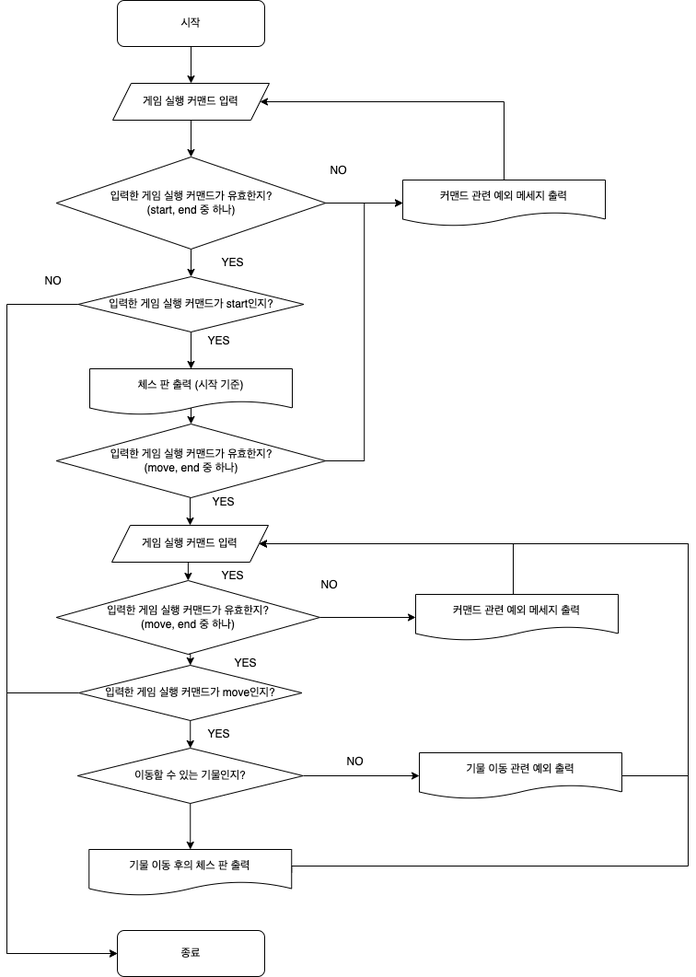
Before: docs/chess.drawio.png, a diagram exported from draw.io (woowacourse/java-chess). Source tidied: cells renumbered, new cells last; positions are measured from the earlier drawing's top-left corner, leaving out a move shared by most shapes.
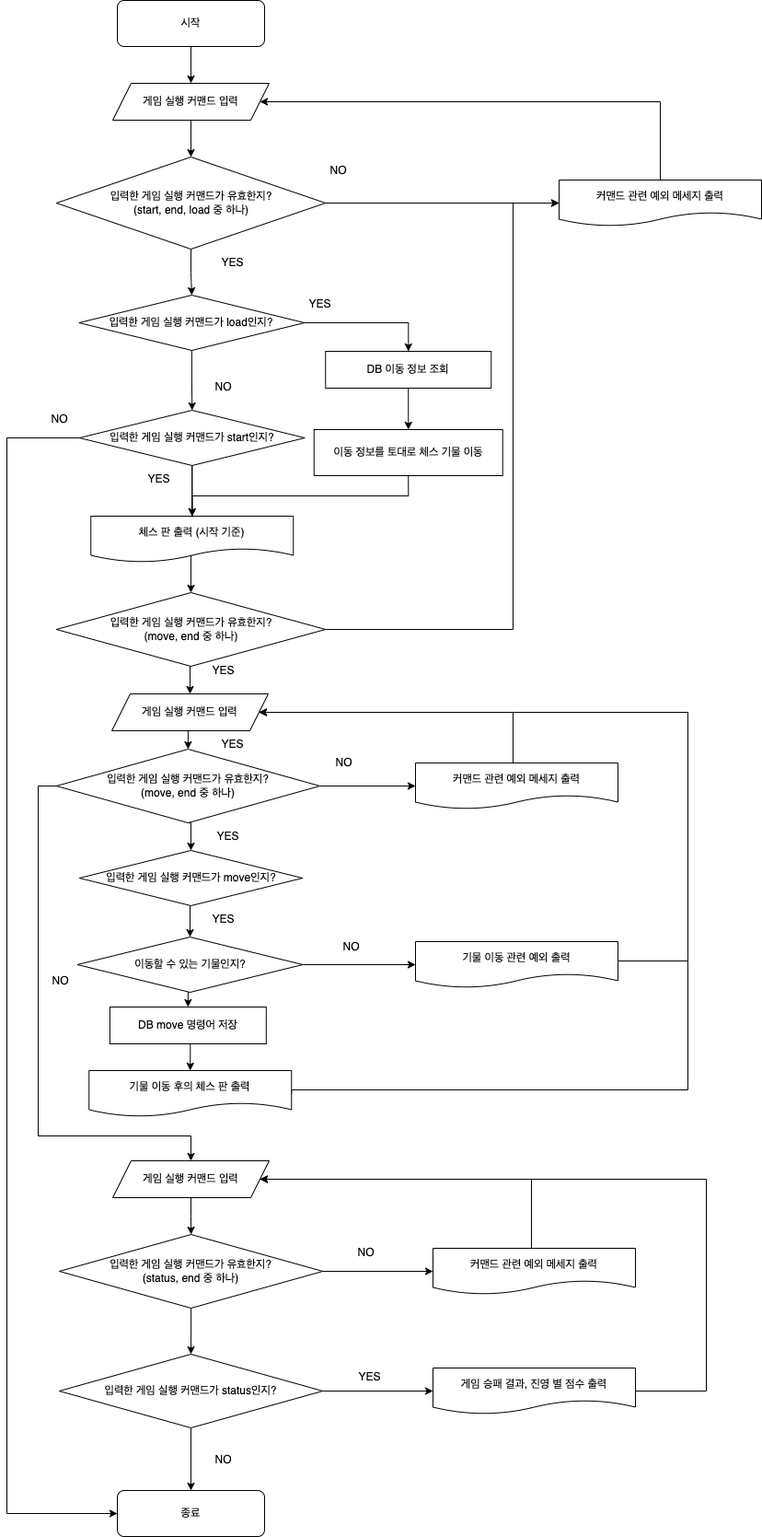
Above is the later version.

The edit, as a diff of the source:
```diff
@@ -17,10 +17,10 @@
     <mxCell id="6" style="edgeStyle=orthogonalEdgeStyle;rounded=0;jettySize=auto;html=1;exitX=1;exitY=0.5;exitDx=0;exitDy=0;entryX=0;entryY=0.5;entryDx=0;entryDy=0;" parent="1" edge="1" source="8" target="26">
       <mxGeometry relative="1" as="geometry" />
     </mxCell>
-    <mxCell id="7" style="edgeStyle=orthogonalEdgeStyle;rounded=0;jettySize=auto;html=1;exitX=0.5;exitY=1;exitDx=0;exitDy=0;entryX=0.5;entryY=0;entryDx=0;entryDy=0;" parent="1" edge="1" source="8" target="12">
-      <mxGeometry relative="1" as="geometry" />
-    </mxCell>
+    <mxCell id="47" style="edgeStyle=orthogonalEdgeStyle;rounded=0;jettySize=auto;html=1;exitX=0.5;exitY=1;exitDx=0;exitDy=0;entryX=0.5;entryY=0;entryDx=0;entryDy=0;" parent="1" edge="1" source="8" target="70">
+      <mxGeometry relative="1" as="geometry" />
+    </mxCell>
-    <mxCell id="8" value="입력한 게임 실행 커맨드가 유효한지?&lt;br&gt;(start, end 중 하나)" style="rhombus;whiteSpace=wrap;html=1;" parent="1" vertex="1">
+    <mxCell id="8" value="입력한 게임 실행 커맨드가 유효한지?&lt;br&gt;(start, end, load 중 하나)" style="rhombus;whiteSpace=wrap;html=1;" parent="1" vertex="1">
       <mxGeometry x="53.8" y="170" width="292.5" height="100" as="geometry" />
     </mxCell>
     <mxCell id="9" style="edgeStyle=orthogonalEdgeStyle;rounded=0;jettySize=auto;html=1;exitX=0.5;exitY=1;exitDx=0;exitDy=0;entryX=0.5;entryY=0;entryDx=0;entryDy=0;" parent="1" edge="1" source="12" target="34">
@@ -32,114 +32,112 @@
     <mxCell id="11" style="edgeStyle=orthogonalEdgeStyle;rounded=0;jettySize=auto;html=1;exitX=0;exitY=0.5;exitDx=0;exitDy=0;entryX=0;entryY=0.5;entryDx=0;entryDy=0;" parent="1" edge="1" source="12" target="13">
       <mxGeometry relative="1" as="geometry">
         <Array as="points">
-          <mxPoint y="330" />
-          <mxPoint y="1035" />
+          <mxPoint y="475" />
+          <mxPoint y="1643" />
         </Array>
       </mxGeometry>
     </mxCell>
     <mxCell id="12" value="입력한 게임 실행 커맨드가 start인지?" style="rhombus;whiteSpace=wrap;html=1;" parent="1" vertex="1">
-      <mxGeometry x="77.5" y="300" width="245" height="60" as="geometry" />
+      <mxGeometry x="78.8" y="445" width="245" height="60" as="geometry" />
     </mxCell>
     <mxCell id="13" value="종료" style="rounded=1;whiteSpace=wrap;html=1;" parent="1" vertex="1">
-      <mxGeometry x="120" y="1010" width="160" height="50" as="geometry" />
+      <mxGeometry x="120" y="1618" width="160" height="50" as="geometry" />
     </mxCell>
     <mxCell id="14" style="edgeStyle=orthogonalEdgeStyle;rounded=0;jettySize=auto;html=1;exitX=0.5;exitY=1;exitDx=0;exitDy=0;entryX=0.5;entryY=0;entryDx=0;entryDy=0;" parent="1" edge="1" source="16" target="39">
       <mxGeometry relative="1" as="geometry" />
     </mxCell>
     <mxCell id="15" style="edgeStyle=orthogonalEdgeStyle;rounded=0;jettySize=auto;html=1;exitX=1;exitY=0.5;exitDx=0;exitDy=0;entryX=0;entryY=0.5;entryDx=0;entryDy=0;" parent="1" edge="1" source="16" target="26">
-      <mxGeometry relative="1" as="geometry" />
+      <mxGeometry relative="1" as="geometry">
+        <Array as="points">
+          <mxPoint x="550" y="683" />
+          <mxPoint x="550" y="220" />
+        </Array>
+      </mxGeometry>
     </mxCell>
     <mxCell id="16" value="입력한 게임 실행 커맨드가 유효한지?&lt;br&gt;(move, end 중 하나)" style="rhombus;whiteSpace=wrap;html=1;" parent="1" vertex="1">
-      <mxGeometry x="53.8" y="460" width="292.5" height="80" as="geometry" />
+      <mxGeometry x="53.8" y="643" width="292.5" height="80" as="geometry" />
     </mxCell>
     <mxCell id="17" style="edgeStyle=orthogonalEdgeStyle;rounded=0;jettySize=auto;html=1;exitX=0.5;exitY=1;exitDx=0;exitDy=0;entryX=0.5;entryY=0;entryDx=0;entryDy=0;" parent="1" edge="1" source="19" target="24">
       <mxGeometry relative="1" as="geometry" />
     </mxCell>
-    <mxCell id="18" style="edgeStyle=orthogonalEdgeStyle;rounded=0;jettySize=auto;html=1;exitX=0;exitY=0.5;exitDx=0;exitDy=0;entryX=0;entryY=0.5;entryDx=0;entryDy=0;" parent="1" edge="1" source="19" target="13">
-      <mxGeometry relative="1" as="geometry">
-        <Array as="points">
-          <mxPoint y="752" />
-          <mxPoint y="1035" />
-        </Array>
-      </mxGeometry>
-    </mxCell>
     <mxCell id="19" value="입력한 게임 실행 커맨드가 move인지?" style="rhombus;whiteSpace=wrap;html=1;" parent="1" vertex="1">
-      <mxGeometry x="78" y="722" width="242.5" height="60" as="geometry" />
+      <mxGeometry x="78.8" y="923" width="242.5" height="60" as="geometry" />
     </mxCell>
     <mxCell id="20" style="edgeStyle=orthogonalEdgeStyle;rounded=0;jettySize=auto;html=1;exitX=1;exitY=0.5;exitDx=0;exitDy=0;entryX=1;entryY=0.5;entryDx=0;entryDy=0;" parent="1" edge="1" source="21" target="39">
       <mxGeometry relative="1" as="geometry">
         <Array as="points">
-          <mxPoint x="309" y="940" />
-          <mxPoint x="740" y="940" />
-          <mxPoint x="740" y="590" />
+          <mxPoint x="309" y="1183" />
+          <mxPoint x="740" y="1183" />
+          <mxPoint x="740" y="773" />
         </Array>
       </mxGeometry>
     </mxCell>
     <mxCell id="21" value="기물 이동 후의 체스 판 출력" style="shape=document;whiteSpace=wrap;html=1;boundedLbl=1;" parent="1" vertex="1">
-      <mxGeometry x="89.2" y="922" width="220" height="50" as="geometry" />
+      <mxGeometry x="89.2" y="1162" width="220" height="50" as="geometry" />
     </mxCell>
     <mxCell id="22" style="edgeStyle=orthogonalEdgeStyle;rounded=0;jettySize=auto;html=1;exitX=1;exitY=0.5;exitDx=0;exitDy=0;entryX=0;entryY=0.5;entryDx=0;entryDy=0;" parent="1" edge="1" source="24" target="29">
       <mxGeometry relative="1" as="geometry" />
     </mxCell>
-    <mxCell id="23" style="edgeStyle=orthogonalEdgeStyle;rounded=0;jettySize=auto;html=1;exitX=0.5;exitY=1;exitDx=0;exitDy=0;entryX=0.5;entryY=0;entryDx=0;entryDy=0;" parent="1" edge="1" source="24" target="21">
-      <mxGeometry relative="1" as="geometry" />
-    </mxCell>
+    <mxCell id="48" style="edgeStyle=orthogonalEdgeStyle;rounded=0;jettySize=auto;html=1;exitX=0.5;exitY=1;exitDx=0;exitDy=0;entryX=0.5;entryY=0;entryDx=0;entryDy=0;" parent="1" edge="1" source="24" target="67">
+      <mxGeometry relative="1" as="geometry" />
+    </mxCell>
     <mxCell id="24" value="이동할 수 있는 기물인지?" style="rhombus;whiteSpace=wrap;html=1;" parent="1" vertex="1">
-      <mxGeometry x="76.8" y="812" width="245" height="60" as="geometry" />
+      <mxGeometry x="76.5" y="1017" width="245" height="60" as="geometry" />
     </mxCell>
     <mxCell id="25" style="edgeStyle=orthogonalEdgeStyle;rounded=0;jettySize=auto;html=1;exitX=0.5;exitY=0;exitDx=0;exitDy=0;entryX=1;entryY=0.5;entryDx=0;entryDy=0;" parent="1" edge="1" source="26" target="5">
       <mxGeometry relative="1" as="geometry">
         <Array as="points">
-          <mxPoint x="540" y="110" />
+          <mxPoint x="710" y="110" />
         </Array>
       </mxGeometry>
     </mxCell>
     <mxCell id="26" value="커맨드 관련 예외 메세지 출력" style="shape=document;whiteSpace=wrap;html=1;boundedLbl=1;" parent="1" vertex="1">
-      <mxGeometry x="430" y="195" width="220" height="50" as="geometry" />
+      <mxGeometry x="600" y="195" width="220" height="50" as="geometry" />
     </mxCell>
     <mxCell id="27" value="YES" style="text;html=1;align=center;verticalAlign=middle;strokeColor=none;fillColor=none;" parent="1" vertex="1">
-      <mxGeometry x="210" y="530" width="50" height="30" as="geometry" />
+      <mxGeometry x="210" y="713" width="50" height="30" as="geometry" />
     </mxCell>
     <mxCell id="28" style="edgeStyle=orthogonalEdgeStyle;rounded=0;jettySize=auto;html=1;exitX=1;exitY=0.5;exitDx=0;exitDy=0;entryX=1;entryY=0.5;entryDx=0;entryDy=0;" parent="1" edge="1" source="29" target="39">
       <mxGeometry relative="1" as="geometry">
         <Array as="points">
-          <mxPoint x="740" y="842" />
-          <mxPoint x="740" y="590" />
+          <mxPoint x="664" y="1043" />
+          <mxPoint x="740" y="1043" />
+          <mxPoint x="740" y="773" />
         </Array>
       </mxGeometry>
     </mxCell>
     <mxCell id="29" value="기물 이동 관련 예외 출력" style="shape=document;whiteSpace=wrap;html=1;boundedLbl=1;" parent="1" vertex="1">
-      <mxGeometry x="448" y="817" width="220" height="50" as="geometry" />
+      <mxGeometry x="444" y="1022" width="220" height="50" as="geometry" />
     </mxCell>
     <mxCell id="30" value="NO" style="text;html=1;align=center;verticalAlign=middle;strokeColor=none;fillColor=none;" parent="1" vertex="1">
       <mxGeometry x="340" y="170" width="40" height="30" as="geometry" />
     </mxCell>
     <mxCell id="31" value="NO" style="text;html=1;align=center;verticalAlign=middle;strokeColor=none;fillColor=none;" parent="1" vertex="1">
-      <mxGeometry x="30" y="290" width="40" height="30" as="geometry" />
+      <mxGeometry x="36.5" y="440" width="40" height="30" as="geometry" />
     </mxCell>
     <mxCell id="32" value="YES" style="text;html=1;align=center;verticalAlign=middle;strokeColor=none;fillColor=none;" parent="1" vertex="1">
       <mxGeometry x="220" y="270" width="50" height="30" as="geometry" />
     </mxCell>
     <mxCell id="33" value="YES" style="text;html=1;align=center;verticalAlign=middle;strokeColor=none;fillColor=none;" parent="1" vertex="1">
-      <mxGeometry x="205" y="355" width="50" height="30" as="geometry" />
+      <mxGeometry x="140" y="505" width="50" height="30" as="geometry" />
     </mxCell>
     <mxCell id="34" value="체스 판 출력 (시작 기준)" style="shape=document;whiteSpace=wrap;html=1;boundedLbl=1;" parent="1" vertex="1">
-      <mxGeometry x="90" y="400" width="220" height="50" as="geometry" />
+      <mxGeometry x="91.2" y="560" width="220" height="50" as="geometry" />
     </mxCell>
     <mxCell id="35" value="YES" style="text;html=1;align=center;verticalAlign=middle;strokeColor=none;fillColor=none;" parent="1" vertex="1">
-      <mxGeometry x="205" y="782" width="50" height="30" as="geometry" />
+      <mxGeometry x="210" y="983" width="50" height="30" as="geometry" />
     </mxCell>
     <mxCell id="36" value="NO" style="text;html=1;align=center;verticalAlign=middle;strokeColor=none;fillColor=none;" parent="1" vertex="1">
-      <mxGeometry x="330" y="620" width="40" height="30" as="geometry" />
+      <mxGeometry x="346.2" y="813" width="40" height="30" as="geometry" />
     </mxCell>
     <mxCell id="37" value="NO" style="text;html=1;align=center;verticalAlign=middle;strokeColor=none;fillColor=none;" parent="1" vertex="1">
-      <mxGeometry x="358" y="812" width="40" height="30" as="geometry" />
+      <mxGeometry x="354" y="1013" width="40" height="30" as="geometry" />
     </mxCell>
     <mxCell id="38" style="edgeStyle=orthogonalEdgeStyle;rounded=0;jettySize=auto;html=1;exitX=0.5;exitY=1;exitDx=0;exitDy=0;entryX=0.5;entryY=0;entryDx=0;entryDy=0;" parent="1" edge="1" source="39" target="42">
       <mxGeometry relative="1" as="geometry" />
     </mxCell>
     <mxCell id="39" value="게임 실행 커맨드 입력" style="shape=parallelogram;perimeter=parallelogramPerimeter;whiteSpace=wrap;html=1;fixedSize=1;" parent="1" vertex="1">
-      <mxGeometry x="114" y="570" width="170" height="40" as="geometry" />
+      <mxGeometry x="114" y="753" width="170" height="40" as="geometry" />
     </mxCell>
     <mxCell id="40" style="edgeStyle=orthogonalEdgeStyle;rounded=0;jettySize=auto;html=1;exitX=0.5;exitY=1;exitDx=0;exitDy=0;entryX=0.5;entryY=0;entryDx=0;entryDy=0;" parent="1" edge="1" source="42" target="19">
       <mxGeometry relative="1" as="geometry" />
@@ -147,25 +145,125 @@
     <mxCell id="41" style="edgeStyle=orthogonalEdgeStyle;rounded=0;jettySize=auto;html=1;exitX=1;exitY=0.5;exitDx=0;exitDy=0;entryX=0;entryY=0.5;entryDx=0;entryDy=0;" parent="1" edge="1" source="42" target="46">
       <mxGeometry relative="1" as="geometry" />
     </mxCell>
+    <mxCell id="49" style="edgeStyle=orthogonalEdgeStyle;rounded=0;jettySize=auto;html=1;exitX=0;exitY=0.5;exitDx=0;exitDy=0;" parent="1" edge="1" source="42" target="58">
+      <mxGeometry relative="1" as="geometry">
+        <Array as="points">
+          <mxPoint x="34" y="853" />
+          <mxPoint x="34" y="1233" />
+          <mxPoint x="200" y="1233" />
+        </Array>
+      </mxGeometry>
+    </mxCell>
     <mxCell id="42" value="입력한 게임 실행 커맨드가 유효한지?&lt;br&gt;(move, end 중 하나)" style="rhombus;whiteSpace=wrap;html=1;" parent="1" vertex="1">
-      <mxGeometry x="53.8" y="630" width="286.2" height="80" as="geometry" />
+      <mxGeometry x="53.8" y="813" width="286.2" height="80" as="geometry" />
     </mxCell>
     <mxCell id="43" value="YES" style="text;html=1;align=center;verticalAlign=middle;strokeColor=none;fillColor=none;" parent="1" vertex="1">
-      <mxGeometry x="234" y="705" width="50" height="30" as="geometry" />
+      <mxGeometry x="215" y="893" width="50" height="30" as="geometry" />
     </mxCell>
     <mxCell id="44" value="YES" style="text;html=1;align=center;verticalAlign=middle;strokeColor=none;fillColor=none;" parent="1" vertex="1">
-      <mxGeometry x="220" y="610" width="50" height="30" as="geometry" />
+      <mxGeometry x="220" y="793" width="50" height="30" as="geometry" />
     </mxCell>
     <mxCell id="45" style="edgeStyle=orthogonalEdgeStyle;rounded=0;jettySize=auto;html=1;exitX=0.5;exitY=0;exitDx=0;exitDy=0;entryX=1;entryY=0.5;entryDx=0;entryDy=0;" parent="1" edge="1" source="46" target="39">
       <mxGeometry relative="1" as="geometry">
         <Array as="points">
-          <mxPoint x="550" y="645" />
-          <mxPoint x="550" y="590" />
+          <mxPoint x="550" y="828" />
+          <mxPoint x="550" y="773" />
         </Array>
       </mxGeometry>
     </mxCell>
     <mxCell id="46" value="커맨드 관련 예외 메세지 출력" style="shape=document;whiteSpace=wrap;html=1;boundedLbl=1;" parent="1" vertex="1">
-      <mxGeometry x="444" y="645" width="220" height="50" as="geometry" />
+      <mxGeometry x="444" y="828" width="220" height="50" as="geometry" />
     </mxCell>
+    <mxCell id="50" value="NO" style="text;html=1;align=center;verticalAlign=middle;strokeColor=none;fillColor=none;" parent="1" vertex="1">
+      <mxGeometry x="37.5" y="1050" width="40" height="30" as="geometry" />
+    </mxCell>
+    <mxCell id="51" style="edgeStyle=orthogonalEdgeStyle;rounded=0;jettySize=auto;html=1;exitX=1;exitY=0.5;exitDx=0;exitDy=0;entryX=0;entryY=0.5;entryDx=0;entryDy=0;" parent="1" edge="1" source="53" target="60">
+      <mxGeometry relative="1" as="geometry" />
+    </mxCell>
+    <mxCell id="52" style="edgeStyle=orthogonalEdgeStyle;rounded=0;jettySize=auto;html=1;exitX=0.5;exitY=1;exitDx=0;exitDy=0;entryX=0.5;entryY=0;entryDx=0;entryDy=0;" parent="1" edge="1" source="53" target="56">
+      <mxGeometry relative="1" as="geometry" />
+    </mxCell>
+    <mxCell id="53" value="입력한 게임 실행 커맨드가 유효한지?&lt;br&gt;(status, end 중 하나)" style="rhombus;whiteSpace=wrap;html=1;" parent="1" vertex="1">
+      <mxGeometry x="57" y="1340" width="286.2" height="80" as="geometry" />
+    </mxCell>
+    <mxCell id="54" style="edgeStyle=orthogonalEdgeStyle;rounded=0;jettySize=auto;html=1;exitX=1;exitY=0.5;exitDx=0;exitDy=0;entryX=0;entryY=0.5;entryDx=0;entryDy=0;" parent="1" edge="1" source="56" target="63">
+      <mxGeometry relative="1" as="geometry" />
+    </mxCell>
+    <mxCell id="55" style="edgeStyle=orthogonalEdgeStyle;rounded=0;jettySize=auto;html=1;exitX=0.5;exitY=1;exitDx=0;exitDy=0;entryX=0.5;entryY=0;entryDx=0;entryDy=0;" parent="1" edge="1" source="56" target="13">
+      <mxGeometry relative="1" as="geometry" />
+    </mxCell>
+    <mxCell id="56" value="입력한 게임 실행 커맨드가 status인지?" style="rhombus;whiteSpace=wrap;html=1;" parent="1" vertex="1">
+      <mxGeometry x="56.9" y="1470" width="286.2" height="80" as="geometry" />
+    </mxCell>
+    <mxCell id="57" style="edgeStyle=orthogonalEdgeStyle;rounded=0;jettySize=auto;html=1;exitX=0.5;exitY=1;exitDx=0;exitDy=0;entryX=0.5;entryY=0;entryDx=0;entryDy=0;" parent="1" edge="1" source="58" target="53">
+      <mxGeometry relative="1" as="geometry" />
+    </mxCell>
+    <mxCell id="58" value="게임 실행 커맨드 입력" style="shape=parallelogram;perimeter=parallelogramPerimeter;whiteSpace=wrap;html=1;fixedSize=1;" parent="1" vertex="1">
+      <mxGeometry x="115" y="1260" width="170" height="40" as="geometry" />
+    </mxCell>
+    <mxCell id="59" style="edgeStyle=orthogonalEdgeStyle;rounded=0;jettySize=auto;html=1;exitX=0.5;exitY=0;exitDx=0;exitDy=0;entryX=1;entryY=0.5;entryDx=0;entryDy=0;" parent="1" edge="1" source="60" target="58">
+      <mxGeometry relative="1" as="geometry">
+        <Array as="points">
+          <mxPoint x="570" y="1355" />
+          <mxPoint x="570" y="1280" />
+        </Array>
+      </mxGeometry>
+    </mxCell>
+    <mxCell id="60" value="커맨드 관련 예외 메세지 출력" style="shape=document;whiteSpace=wrap;html=1;boundedLbl=1;" parent="1" vertex="1">
+      <mxGeometry x="463" y="1355" width="220" height="50" as="geometry" />
+    </mxCell>
+    <mxCell id="61" value="NO" style="text;html=1;align=center;verticalAlign=middle;strokeColor=none;fillColor=none;" parent="1" vertex="1">
+      <mxGeometry x="370" y="1345" width="40" height="30" as="geometry" />
+    </mxCell>
+    <mxCell id="62" style="edgeStyle=orthogonalEdgeStyle;rounded=0;jettySize=auto;html=1;exitX=1;exitY=0.5;exitDx=0;exitDy=0;entryX=1;entryY=0.5;entryDx=0;entryDy=0;" parent="1" edge="1" source="63" target="58">
+      <mxGeometry relative="1" as="geometry">
+        <Array as="points">
+          <mxPoint x="760" y="1510" />
+          <mxPoint x="760" y="1280" />
+        </Array>
+      </mxGeometry>
+    </mxCell>
+    <mxCell id="63" value="게임 승패 결과, 진영 별 점수 출력" style="shape=document;whiteSpace=wrap;html=1;boundedLbl=1;" parent="1" vertex="1">
+      <mxGeometry x="463" y="1485" width="220" height="50" as="geometry" />
+    </mxCell>
+    <mxCell id="64" value="YES" style="text;html=1;align=center;verticalAlign=middle;strokeColor=none;fillColor=none;" parent="1" vertex="1">
+      <mxGeometry x="369" y="1480" width="50" height="30" as="geometry" />
+    </mxCell>
+    <mxCell id="65" value="NO" style="text;html=1;align=center;verticalAlign=middle;strokeColor=none;fillColor=none;" parent="1" vertex="1">
+      <mxGeometry x="215" y="1570" width="40" height="30" as="geometry" />
+    </mxCell>
+    <mxCell id="66" style="edgeStyle=orthogonalEdgeStyle;rounded=0;jettySize=auto;html=1;exitX=0.5;exitY=1;exitDx=0;exitDy=0;entryX=0.5;entryY=0;entryDx=0;entryDy=0;" parent="1" edge="1" source="67" target="21">
+      <mxGeometry relative="1" as="geometry" />
+    </mxCell>
+    <mxCell id="67" value="DB move 명령어 저장" style="rounded=0;whiteSpace=wrap;html=1;" parent="1" vertex="1">
+      <mxGeometry x="111.9" y="1093" width="169.9" height="40" as="geometry" />
+    </mxCell>
+    <mxCell id="68" style="edgeStyle=orthogonalEdgeStyle;rounded=0;jettySize=auto;html=1;exitX=0.5;exitY=1;exitDx=0;exitDy=0;entryX=0.5;entryY=0;entryDx=0;entryDy=0;" parent="1" edge="1" source="70" target="12">
+      <mxGeometry relative="1" as="geometry" />
+    </mxCell>
+    <mxCell id="69" style="edgeStyle=orthogonalEdgeStyle;rounded=0;jettySize=auto;html=1;exitX=1;exitY=0.5;exitDx=0;exitDy=0;" parent="1" edge="1" source="70" target="72">
+      <mxGeometry relative="1" as="geometry" />
+    </mxCell>
+    <mxCell id="70" value="입력한 게임 실행 커맨드가 load인지?" style="rhombus;whiteSpace=wrap;html=1;" parent="1" vertex="1">
+      <mxGeometry x="78.4" y="320" width="245" height="60" as="geometry" />
+    </mxCell>
+    <mxCell id="71" style="edgeStyle=orthogonalEdgeStyle;rounded=0;jettySize=auto;html=1;exitX=0.5;exitY=1;exitDx=0;exitDy=0;entryX=0.5;entryY=0;entryDx=0;entryDy=0;" parent="1" edge="1" source="72" target="74">
+      <mxGeometry relative="1" as="geometry" />
+    </mxCell>
+    <mxCell id="72" value="DB 이동 정보 조회" style="rounded=0;whiteSpace=wrap;html=1;" parent="1" vertex="1">
+      <mxGeometry x="346.2" y="381" width="180" height="40" as="geometry" />
+    </mxCell>
+    <mxCell id="73" style="edgeStyle=orthogonalEdgeStyle;rounded=0;jettySize=auto;html=1;exitX=0.5;exitY=1;exitDx=0;exitDy=0;entryX=0.5;entryY=0;entryDx=0;entryDy=0;" parent="1" edge="1" source="74" target="34">
+      <mxGeometry relative="1" as="geometry" />
+    </mxCell>
+    <mxCell id="74" value="이동 정보를 토대로 체스 기물 이동" style="rounded=0;whiteSpace=wrap;html=1;" parent="1" vertex="1">
+      <mxGeometry x="333.8" y="466" width="205" height="50" as="geometry" />
+    </mxCell>
+    <mxCell id="75" value="YES" style="text;html=1;align=center;verticalAlign=middle;strokeColor=none;fillColor=none;" parent="1" vertex="1">
+      <mxGeometry x="315" y="315" width="50" height="30" as="geometry" />
+    </mxCell>
+    <mxCell id="76" value="NO" style="text;html=1;align=center;verticalAlign=middle;strokeColor=none;fillColor=none;" parent="1" vertex="1">
+      <mxGeometry x="215" y="405" width="40" height="30" as="geometry" />
+    </mxCell>
   </root>
 </mxGraphModel>
```
